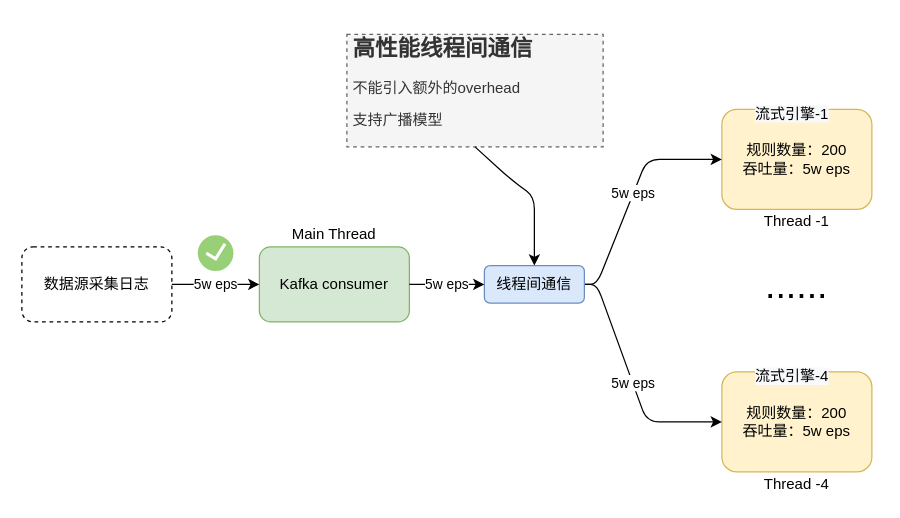
popvlovs/popvlovs-repository keeps this draw.io diagram as promotion-graph-2.drawio. Above is the earlier version. Source tidied: cells renumbered, new cells numbered last; positions are measured from the earlier drawing's top-left corner, leaving out a move shared by most shapes. Both pictures are drawn from the tidied source at 125%, with x=0, y=0 at pixel (21, 34).
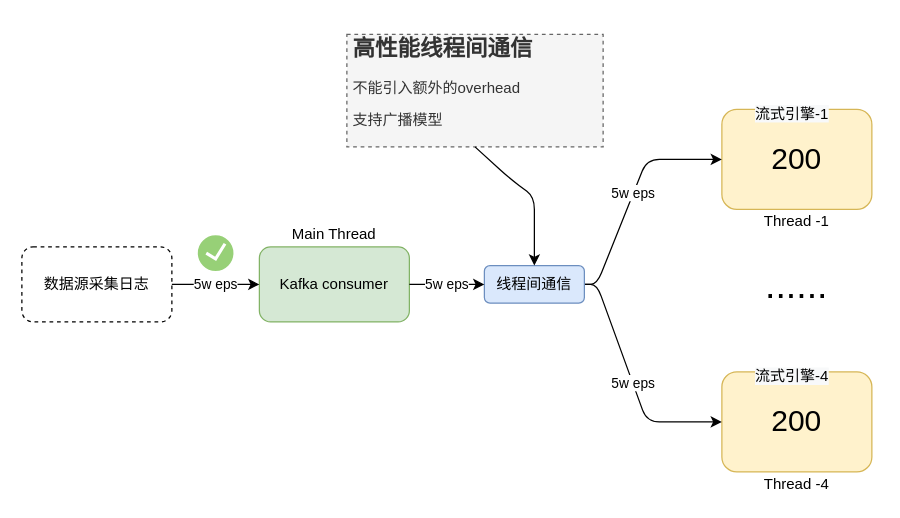
Above is the later version.

What changed in the source:
```diff
@@
-    <mxCell id="3" value="规则数量：200&lt;br&gt;吞吐量：5w eps" style="rounded=1;whiteSpace=wrap;html=1;fillColor=#fff2cc;strokeColor=#d6b656;" parent="1" vertex="1">
+    <mxCell id="3" value="&lt;font style=&quot;font-size: 24px&quot;&gt;200&lt;/font&gt;" style="rounded=1;whiteSpace=wrap;html=1;fillColor=#fff2cc;strokeColor=#d6b656;" parent="1" vertex="1">
       <mxGeometry x="560" y="60" width="120" height="80" as="geometry" />
     </mxCell>
@@
-    <mxCell id="8" value="规则数量：200&lt;br&gt;吞吐量：5w eps" style="rounded=1;whiteSpace=wrap;html=1;fillColor=#fff2cc;strokeColor=#d6b656;" parent="1" vertex="1">
+    <mxCell id="8" value="&lt;font style=&quot;font-size: 24px&quot;&gt;200&lt;/font&gt;" style="rounded=1;whiteSpace=wrap;html=1;fillColor=#fff2cc;strokeColor=#d6b656;" parent="1" vertex="1">
       <mxGeometry x="560" y="270" width="120" height="80" as="geometry" />
     </mxCell>
```
